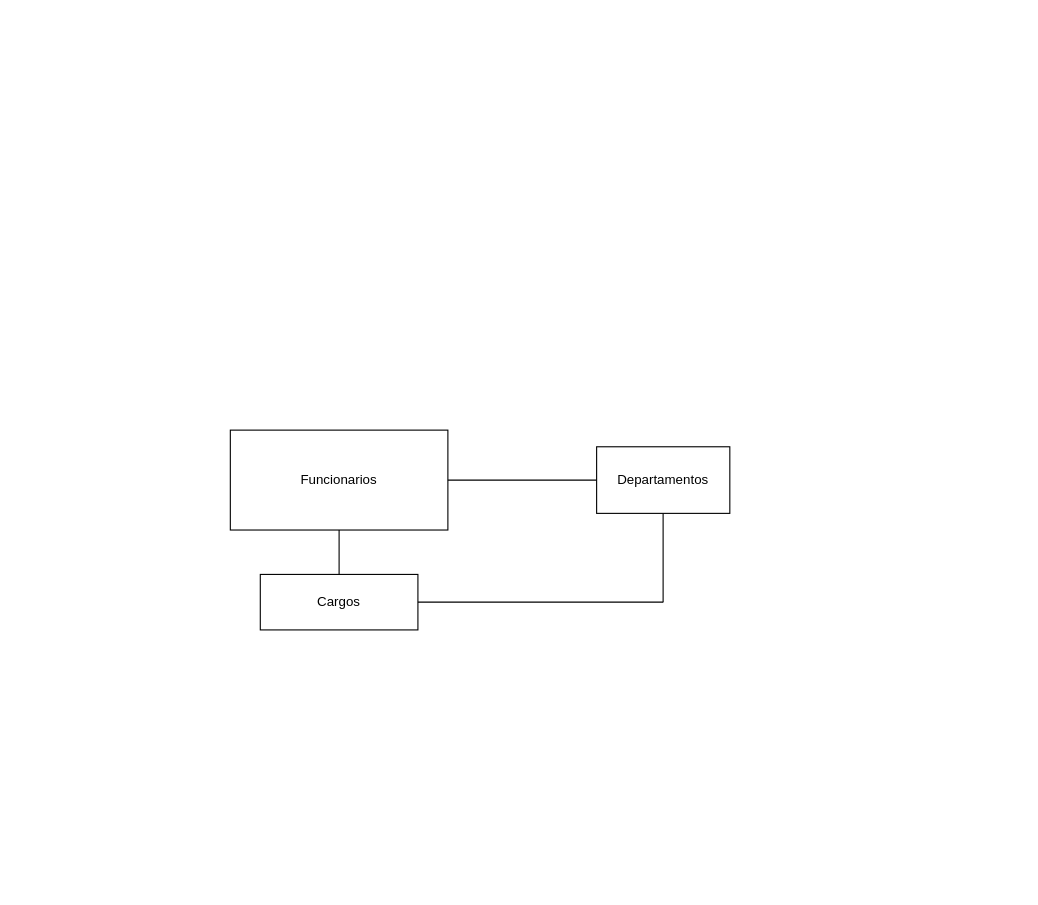
Earlier version of the draw.io diagram Untitled Diagram.drawio (giocrivellaro/gioteste). Source tidied: cells renumbered, new cells numbered last; positions are measured from the earlier drawing's top-left corner, leaving out a move shared by most shapes. Both pictures are drawn from the tidied source at 111%, with x=0, y=0 at pixel (230, 430).
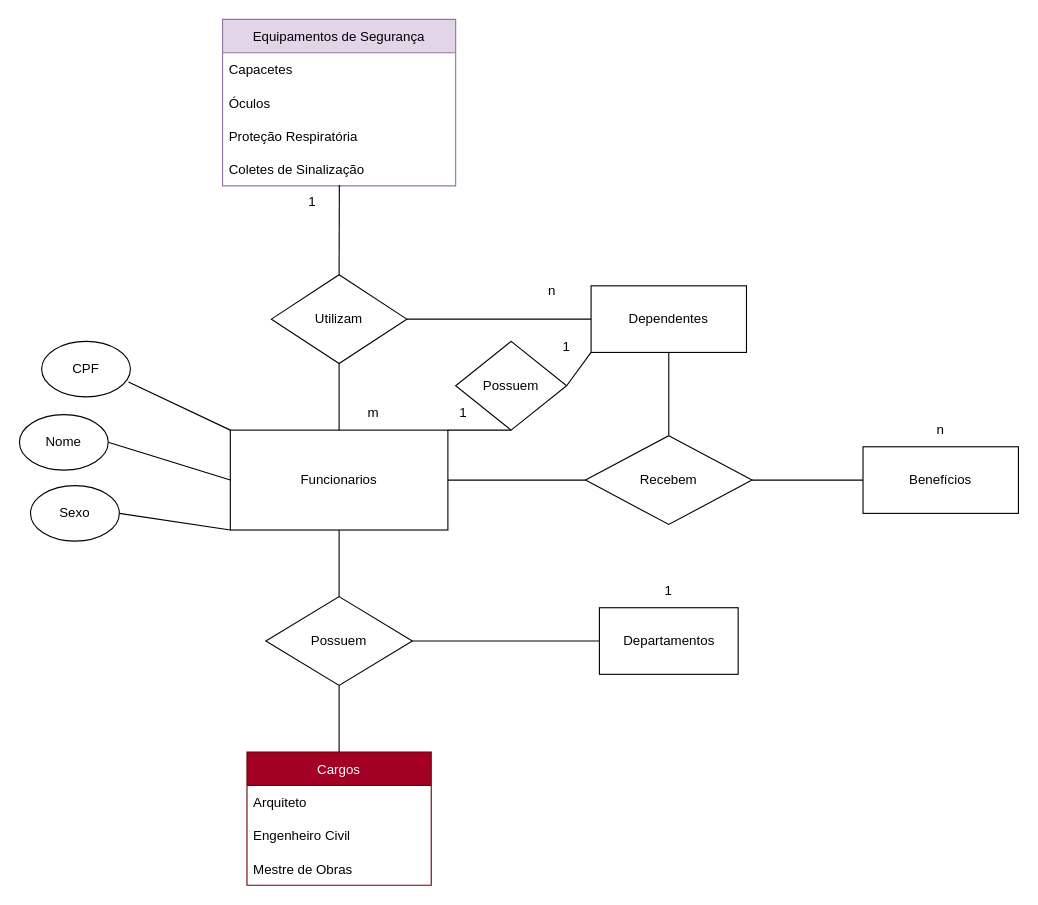
The same page after the edit.

Unchanged cells that the change refers to:
```xml
<mxCell id="2" value="Funcionarios" style="rounded=0;whiteSpace=wrap;html=1;" parent="1" vertex="1">
  <mxGeometry width="196" height="90" as="geometry" />
</mxCell>
```

Change to the diagram source:
```diff
@@
-    <mxCell id="3" value="Cargos" style="rounded=0;whiteSpace=wrap;html=1;" parent="1" vertex="1">
-      <mxGeometry x="27" y="130" width="142" height="50" as="geometry" />
-    </mxCell>
-    <mxCell id="4" style="endArrow=none;html=1;rounded=0;entryX=0.5;entryY=1;entryDx=0;entryDy=0;exitX=0.5;exitY=0;exitDx=0;exitDy=0;" parent="1" edge="1" source="3" target="2">
-      <mxGeometry relative="1" as="geometry" />
+    <mxCell id="4" style="endArrow=none;html=1;rounded=0;entryX=0.5;entryY=1;entryDx=0;entryDy=0;" parent="1" edge="1" target="2">
+      <mxGeometry relative="1" as="geometry">
+        <mxPoint x="98" y="150" as="sourcePoint" />
+      </mxGeometry>
     </mxCell>
     <mxCell id="5" value="Departamentos" style="rounded=0;whiteSpace=wrap;html=1;" parent="1" vertex="1">
-      <mxGeometry x="330" y="15" width="120" height="60" as="geometry" />
+      <mxGeometry x="332.5" y="160" width="125" height="60" as="geometry" />
     </mxCell>
-    <mxCell id="6" style="endArrow=none;html=1;rounded=0;entryX=1;entryY=0.5;entryDx=0;entryDy=0;exitX=0;exitY=0.5;exitDx=0;exitDy=0;" parent="1" edge="1" source="5" target="2">
+    <mxCell id="6" style="endArrow=none;html=1;rounded=0;entryX=1;entryY=0.5;entryDx=0;entryDy=0;exitX=0;exitY=0.5;exitDx=0;exitDy=0;" parent="1" edge="1" source="9" target="2">
       <mxGeometry relative="1" as="geometry" />
     </mxCell>
-    <mxCell id="7" style="endArrow=none;html=1;rounded=0;entryX=1;entryY=0.5;entryDx=0;entryDy=0;" parent="1" edge="1" target="3">
-      <mxGeometry relative="1" as="geometry">
-        <mxPoint x="390" y="155" as="sourcePoint" />
-      </mxGeometry>
-    </mxCell>
-    <mxCell id="8" style="endArrow=none;html=1;rounded=0;" parent="1" edge="1">
-      <mxGeometry relative="1" as="geometry">
-        <mxPoint x="389.9" y="155" as="sourcePoint" />
-        <mxPoint x="389.9" y="75" as="targetPoint" />
-      </mxGeometry>
-    </mxCell>
+    <mxCell id="9" value="Recebem" style="rhombus;whiteSpace=wrap;html=1;" parent="1" vertex="1">
+      <mxGeometry x="320" y="5" width="150" height="80" as="geometry" />
+    </mxCell>
+    <mxCell id="10" style="endArrow=none;html=1;rounded=0;entryX=1;entryY=0.5;entryDx=0;entryDy=0;exitX=0;exitY=0.5;exitDx=0;exitDy=0;" parent="1" edge="1" source="5" target="13">
+      <mxGeometry relative="1" as="geometry" />
+    </mxCell>
+    <mxCell id="11" style="endArrow=none;html=1;rounded=0;exitX=1;exitY=0.5;exitDx=0;exitDy=0;" parent="1" edge="1" source="9" target="12">
+      <mxGeometry relative="1" as="geometry" />
+    </mxCell>
+    <mxCell id="12" value="Benefícios" style="rounded=0;whiteSpace=wrap;html=1;" parent="1" vertex="1">
+      <mxGeometry x="570" y="15" width="140" height="60" as="geometry" />
+    </mxCell>
+    <mxCell id="13" value="Possuem" style="rhombus;whiteSpace=wrap;html=1;" parent="1" vertex="1">
+      <mxGeometry x="32" y="150" width="132" height="80" as="geometry" />
+    </mxCell>
+    <mxCell id="14" style="endArrow=none;html=1;rounded=0;exitX=0.5;exitY=0;exitDx=0;exitDy=0;entryX=0.5;entryY=1;entryDx=0;entryDy=0;" parent="1" edge="1" target="13">
+      <mxGeometry relative="1" as="geometry">
+        <mxPoint x="98" y="290" as="sourcePoint" />
+      </mxGeometry>
+    </mxCell>
+    <mxCell id="15" value="Dependentes" style="rounded=0;whiteSpace=wrap;html=1;" parent="1" vertex="1">
+      <mxGeometry x="325" y="-130" width="140" height="60" as="geometry" />
+    </mxCell>
+    <mxCell id="16" style="endArrow=none;html=1;rounded=0;entryX=0.5;entryY=1;entryDx=0;entryDy=0;exitX=0.5;exitY=0;exitDx=0;exitDy=0;" parent="1" edge="1" source="9" target="15">
+      <mxGeometry relative="1" as="geometry" />
+    </mxCell>
+    <mxCell id="17" value="Equipamentos de Segurança" style="swimlane;fontStyle=0;horizontal=1;startSize=30;fillColor=#e1d5e7;strokeColor=#9673a6;" parent="1" vertex="1">
+      <mxGeometry x="-7" y="-370" width="210" height="150" as="geometry" />
+    </mxCell>
+    <mxCell id="18" value="Capacetes" style="text;strokeColor=none;fillColor=none;align=left;verticalAlign=middle;spacingLeft=4;spacingRight=4;overflow=hidden;" parent="17" vertex="1">
+      <mxGeometry y="30" width="210" height="30" as="geometry" />
+    </mxCell>
+    <mxCell id="19" value="Óculos" style="text;strokeColor=none;fillColor=none;align=left;verticalAlign=middle;spacingLeft=4;spacingRight=4;overflow=hidden;" parent="17" vertex="1">
+      <mxGeometry y="60" width="210" height="30" as="geometry" />
+    </mxCell>
+    <mxCell id="20" value="Proteção Respiratória" style="text;strokeColor=none;fillColor=none;align=left;verticalAlign=middle;spacingLeft=4;spacingRight=4;overflow=hidden;" parent="17" vertex="1">
+      <mxGeometry y="90" width="210" height="30" as="geometry" />
+    </mxCell>
+    <mxCell id="21" value="Coletes de Sinalização" style="text;strokeColor=none;fillColor=none;align=left;verticalAlign=middle;spacingLeft=4;spacingRight=4;overflow=hidden;points=[[0,0.5],[1,0.5]];portConstraint=eastwest;" parent="17" vertex="1">
+      <mxGeometry y="120" width="210" height="30" as="geometry" />
+    </mxCell>
+    <mxCell id="22" style="endArrow=none;html=1;rounded=0;entryX=0;entryY=0.5;entryDx=0;entryDy=0;exitX=1;exitY=0.5;exitDx=0;exitDy=0;" parent="1" edge="1" source="24" target="15">
+      <mxGeometry relative="1" as="geometry" />
+    </mxCell>
+    <mxCell id="23" style="endArrow=none;html=1;rounded=0;exitX=0.5;exitY=0;exitDx=0;exitDy=0;" parent="1" edge="1" source="2">
+      <mxGeometry relative="1" as="geometry">
+        <mxPoint x="98" y="-60" as="targetPoint" />
+      </mxGeometry>
+    </mxCell>
+    <mxCell id="24" value="Utilizam" style="rhombus;whiteSpace=wrap;html=1;" parent="1" vertex="1">
+      <mxGeometry x="37" y="-140" width="122" height="80" as="geometry" />
+    </mxCell>
+    <mxCell id="25" style="endArrow=none;html=1;rounded=0;exitX=0.5;exitY=0;exitDx=0;exitDy=0;entryX=0.501;entryY=0.975;entryDx=0;entryDy=0;entryPerimeter=0;" parent="1" edge="1" source="24" target="21">
+      <mxGeometry relative="1" as="geometry" />
+    </mxCell>
+    <mxCell id="3" value="Cargos" style="swimlane;fontStyle=0;horizontal=1;startSize=30;fillColor=#a20025;strokeColor=#6F0000;fontColor=#ffffff;" parent="1" vertex="1">
+      <mxGeometry x="15" y="290" width="166" height="120" as="geometry" />
+    </mxCell>
+    <mxCell id="26" value="Arquiteto" style="text;strokeColor=none;fillColor=none;align=left;verticalAlign=middle;spacingLeft=4;spacingRight=4;overflow=hidden;" parent="3" vertex="1">
+      <mxGeometry y="30" width="166" height="30" as="geometry" />
+    </mxCell>
+    <mxCell id="27" value="Engenheiro Civil" style="text;strokeColor=none;fillColor=none;align=left;verticalAlign=middle;spacingLeft=4;spacingRight=4;overflow=hidden;" parent="3" vertex="1">
+      <mxGeometry y="60" width="166" height="30" as="geometry" />
+    </mxCell>
+    <mxCell id="28" value="Mestre de Obras" style="text;strokeColor=none;fillColor=none;align=left;verticalAlign=middle;spacingLeft=4;spacingRight=4;overflow=hidden;" parent="3" vertex="1">
+      <mxGeometry y="90" width="166" height="30" as="geometry" />
+    </mxCell>
+    <mxCell id="29" value="CPF" style="ellipse;whiteSpace=wrap;html=1;" parent="1" vertex="1">
+      <mxGeometry x="-170" y="-80" width="80" height="50" as="geometry" />
+    </mxCell>
+    <mxCell id="30" value="Nome" style="ellipse;whiteSpace=wrap;html=1;" parent="1" vertex="1">
+      <mxGeometry x="-190" y="-14" width="80" height="50" as="geometry" />
+    </mxCell>
+    <mxCell id="31" value="Possuem" style="rhombus;whiteSpace=wrap;html=1;" parent="1" vertex="1">
+      <mxGeometry x="203" y="-80" width="100" height="80" as="geometry" />
+    </mxCell>
+    <mxCell id="32" style="endArrow=none;html=1;rounded=0;entryX=0;entryY=1;entryDx=0;entryDy=0;exitX=1;exitY=0.5;exitDx=0;exitDy=0;" parent="1" edge="1" source="31" target="15">
+      <mxGeometry relative="1" as="geometry" />
+    </mxCell>
+    <mxCell id="33" style="endArrow=none;html=1;rounded=0;exitX=1;exitY=0;exitDx=0;exitDy=0;entryX=0.5;entryY=1;entryDx=0;entryDy=0;" parent="1" edge="1" source="2" target="31">
+      <mxGeometry relative="1" as="geometry" />
+    </mxCell>
+    <mxCell id="34" style="endArrow=none;html=1;rounded=0;exitX=0;exitY=0;exitDx=0;exitDy=0;entryX=0.978;entryY=0.735;entryDx=0;entryDy=0;entryPerimeter=0;" parent="1" edge="1" source="2" target="29">
+      <mxGeometry relative="1" as="geometry" />
+    </mxCell>
+    <mxCell id="35" style="endArrow=none;html=1;rounded=0;exitX=1;exitY=0.5;exitDx=0;exitDy=0;entryX=0;entryY=0.5;entryDx=0;entryDy=0;" parent="1" edge="1" source="30" target="2">
+      <mxGeometry relative="1" as="geometry" />
+    </mxCell>
+    <mxCell id="36" value="Sexo" style="ellipse;whiteSpace=wrap;html=1;" parent="1" vertex="1">
+      <mxGeometry x="-180" y="50" width="80" height="50" as="geometry" />
+    </mxCell>
+    <mxCell id="37" style="endArrow=none;html=1;rounded=0;exitX=1;exitY=0.5;exitDx=0;exitDy=0;entryX=0;entryY=1;entryDx=0;entryDy=0;" parent="1" edge="1" source="36" target="2">
+      <mxGeometry relative="1" as="geometry" />
+    </mxCell>
+    <mxCell id="38" value="1" style="text;html=1;strokeColor=none;fillColor=none;align=center;verticalAlign=middle;whiteSpace=wrap;rounded=0;" parent="1" vertex="1">
+      <mxGeometry x="180" y="-30" width="60" height="30" as="geometry" />
+    </mxCell>
+    <mxCell id="39" value="1" style="text;html=1;strokeColor=none;fillColor=none;align=center;verticalAlign=middle;whiteSpace=wrap;rounded=0;" parent="1" vertex="1">
+      <mxGeometry x="272.5" y="-90" width="60" height="30" as="geometry" />
+    </mxCell>
+    <mxCell id="40" value="m" style="text;html=1;strokeColor=none;fillColor=none;align=center;verticalAlign=middle;whiteSpace=wrap;rounded=0;" parent="1" vertex="1">
+      <mxGeometry x="99" y="-30" width="60" height="30" as="geometry" />
+    </mxCell>
+    <mxCell id="41" value="1" style="text;html=1;strokeColor=none;fillColor=none;align=center;verticalAlign=middle;whiteSpace=wrap;rounded=0;" parent="1" vertex="1">
+      <mxGeometry x="44" y="-220" width="60" height="30" as="geometry" />
+    </mxCell>
+    <mxCell id="42" value="n" style="text;html=1;strokeColor=none;fillColor=none;align=center;verticalAlign=middle;whiteSpace=wrap;rounded=0;" parent="1" vertex="1">
+      <mxGeometry x="610" y="-15" width="60" height="30" as="geometry" />
+    </mxCell>
+    <mxCell id="43" value="1" style="text;html=1;strokeColor=none;fillColor=none;align=center;verticalAlign=middle;whiteSpace=wrap;rounded=0;" parent="1" vertex="1">
+      <mxGeometry x="365" y="130" width="60" height="30" as="geometry" />
+    </mxCell>
+    <mxCell id="44" value="n" style="text;html=1;strokeColor=none;fillColor=none;align=center;verticalAlign=middle;whiteSpace=wrap;rounded=0;" parent="1" vertex="1">
+      <mxGeometry x="260" y="-140" width="60" height="30" as="geometry" />
+    </mxCell>
```
